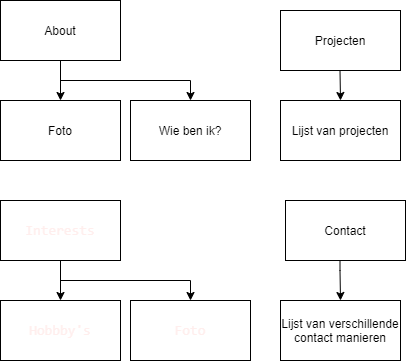
This is 01-Challenge/Taak02-Ontwerpen/student-boomstructuur.drawio.png from Jelmerw22/Challenge-Portfolio, a draw.io export, as it was before one commit. Source tidied: cells renumbered, new cells last; positions are measured from the earlier drawing's top-left corner, leaving out a move shared by most shapes.
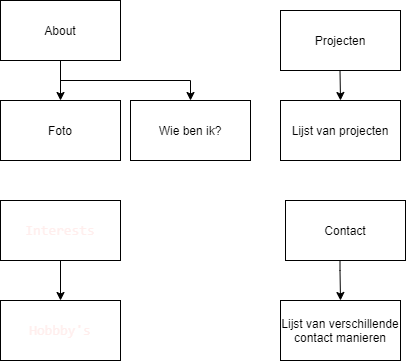
After the change.

What changed in the source:
```diff
@@ -28,18 +28,6 @@
     <mxCell id="9" value="&lt;div style=&quot;font-family: &amp;#34;consolas&amp;#34; , &amp;#34;courier new&amp;#34; , monospace ; font-size: 14px ; line-height: 19px&quot;&gt;&lt;font color=&quot;#ffeeed&quot;&gt;Hobbby's&lt;/font&gt;&lt;/div&gt;" style="rounded=0;whiteSpace=wrap;html=1;" parent="1" vertex="1">
       <mxGeometry y="300" width="120" height="60" as="geometry" />
     </mxCell>
-    <mxCell id="10" style="edgeStyle=orthogonalEdgeStyle;rounded=0;jettySize=auto;html=1;exitX=0.5;exitY=1;exitDx=0;exitDy=0;entryX=0.5;entryY=0;entryDx=0;entryDy=0;" parent="1" edge="1" target="11">
-      <mxGeometry relative="1" as="geometry">
-        <mxPoint x="60" y="270" as="sourcePoint" />
-        <Array as="points">
-          <mxPoint x="60" y="280" />
-          <mxPoint x="190" y="280" />
-        </Array>
-      </mxGeometry>
-    </mxCell>
-    <mxCell id="11" value="&lt;div style=&quot;font-family: &amp;#34;consolas&amp;#34; , &amp;#34;courier new&amp;#34; , monospace ; font-size: 14px ; line-height: 19px&quot;&gt;&lt;font color=&quot;#ffeeed&quot;&gt;Foto&lt;/font&gt;&lt;/div&gt;" style="rounded=0;whiteSpace=wrap;html=1;" parent="1" vertex="1">
-      <mxGeometry x="130" y="300" width="120" height="60" as="geometry" />
-    </mxCell>
     <mxCell id="12" value="Projecten" style="rounded=0;whiteSpace=wrap;html=1;" parent="1" vertex="1">
       <mxGeometry x="280" y="10" width="120" height="60" as="geometry" />
     </mxCell>
```
